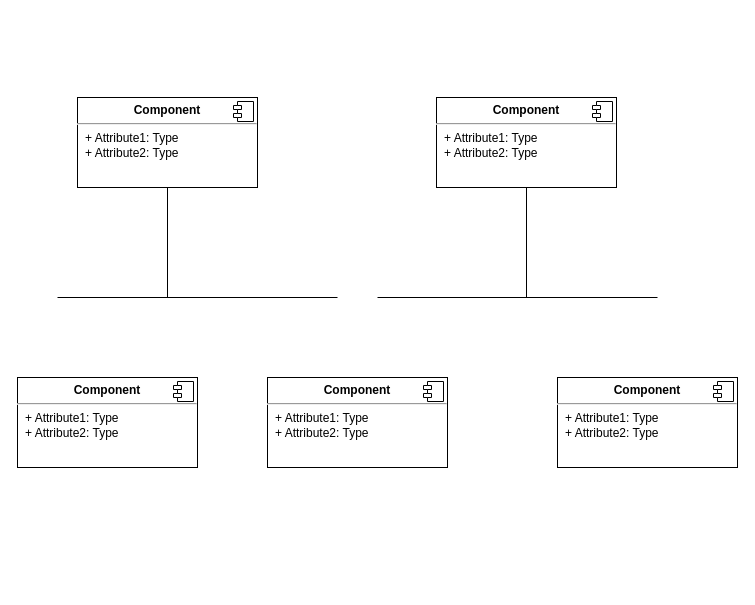
Above: Diagramme sans nom.drawio in Moutima/java (draw.io), before the change. Source tidied: cells renumbered, new cells numbered last; positions are measured from the earlier drawing's top-left corner, leaving out a move shared by most shapes. Both pictures are drawn from the tidied source at 100%, with x=0, y=0 at pixel (17, 97).
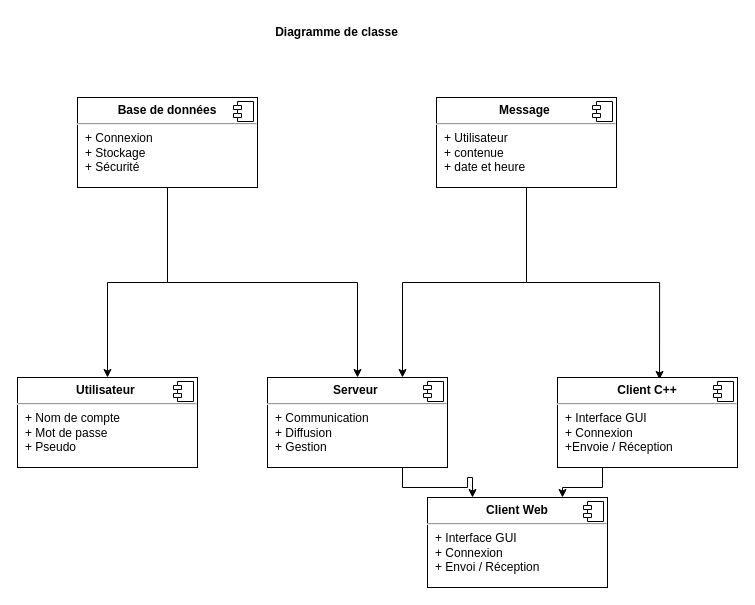
After the change.

Commit message:
Mettre à jour Diagramme de classe .drawio

The edit, as a diff of the source:
```diff
@@
+    <mxCell id="16" style="edgeStyle=orthogonalEdgeStyle;rounded=0;jettySize=auto;html=1;exitX=0.5;exitY=1;exitDx=0;exitDy=0;entryX=0.567;entryY=0.022;entryDx=0;entryDy=0;entryPerimeter=0;" parent="1" edge="1" source="2" target="12">
+      <mxGeometry relative="1" as="geometry" />
+    </mxCell>
+    <mxCell id="17" style="edgeStyle=orthogonalEdgeStyle;rounded=0;jettySize=auto;html=1;exitX=0.5;exitY=1;exitDx=0;exitDy=0;entryX=0.75;entryY=0;entryDx=0;entryDy=0;" parent="1" edge="1" source="2" target="14">
+      <mxGeometry relative="1" as="geometry" />
+    </mxCell>
-    <mxCell id="2" value="&lt;p style=&quot;margin:0px;margin-top:6px;text-align:center;&quot;&gt;&lt;b&gt;Component&lt;/b&gt;&lt;/p&gt;&lt;hr/&gt;&lt;p style=&quot;margin:0px;margin-left:8px;&quot;&gt;+ Attribute1: Type&lt;br/&gt;+ Attribute2: Type&lt;/p&gt;" style="align=left;overflow=fill;html=1;whiteSpace=wrap;" parent="1" vertex="1">
+    <mxCell id="2" value="&lt;p style=&quot;margin:0px;margin-top:6px;text-align:center;&quot;&gt;&lt;b&gt;Message&amp;nbsp;&lt;/b&gt;&lt;/p&gt;&lt;hr&gt;&lt;p style=&quot;margin:0px;margin-left:8px;&quot;&gt;+ Utilisateur&amp;nbsp;&lt;br&gt;+ contenue&lt;/p&gt;&lt;p style=&quot;margin:0px;margin-left:8px;&quot;&gt;+ date et heure&amp;nbsp;&lt;/p&gt;" style="align=left;overflow=fill;html=1;whiteSpace=wrap;" parent="1" vertex="1">
       <mxGeometry x="419" width="180" height="90" as="geometry" />
     </mxCell>
@@
+    <mxCell id="18" style="edgeStyle=orthogonalEdgeStyle;rounded=0;jettySize=auto;html=1;exitX=0.5;exitY=1;exitDx=0;exitDy=0;" parent="1" edge="1" source="4" target="14">
+      <mxGeometry relative="1" as="geometry" />
+    </mxCell>
+    <mxCell id="19" style="edgeStyle=orthogonalEdgeStyle;rounded=0;jettySize=auto;html=1;exitX=0.5;exitY=1;exitDx=0;exitDy=0;" parent="1" edge="1" source="4" target="10">
+      <mxGeometry relative="1" as="geometry" />
+    </mxCell>
-    <mxCell id="4" value="&lt;p style=&quot;margin:0px;margin-top:6px;text-align:center;&quot;&gt;&lt;b&gt;Component&lt;/b&gt;&lt;/p&gt;&lt;hr/&gt;&lt;p style=&quot;margin:0px;margin-left:8px;&quot;&gt;+ Attribute1: Type&lt;br/&gt;+ Attribute2: Type&lt;/p&gt;" style="align=left;overflow=fill;html=1;whiteSpace=wrap;" parent="1" vertex="1">
+    <mxCell id="4" value="&lt;p style=&quot;margin:0px;margin-top:6px;text-align:center;&quot;&gt;&lt;b&gt;Base de données&lt;/b&gt;&lt;/p&gt;&lt;hr&gt;&lt;p style=&quot;margin:0px;margin-left:8px;&quot;&gt;+ Connexion&amp;nbsp;&lt;br&gt;+ Stockage&amp;nbsp;&lt;/p&gt;&lt;p style=&quot;margin:0px;margin-left:8px;&quot;&gt;+ Sécurité&amp;nbsp;&lt;/p&gt;" style="align=left;overflow=fill;html=1;whiteSpace=wrap;" parent="1" vertex="1">
       <mxGeometry x="60" width="180" height="90" as="geometry" />
     </mxCell>
@@
-    <mxCell id="6" style="endArrow=none;html=1;rounded=0;exitX=0.5;exitY=1;exitDx=0;exitDy=0;" parent="1" edge="1" source="4">
-      <mxGeometry relative="1" as="geometry">
-        <mxPoint x="150" y="200" as="targetPoint" />
-      </mxGeometry>
-    </mxCell>
-    <mxCell id="7" style="endArrow=none;html=1;rounded=0;" parent="1" edge="1">
-      <mxGeometry relative="1" as="geometry">
-        <mxPoint x="40" y="200" as="sourcePoint" />
-        <mxPoint x="320" y="200" as="targetPoint" />
-      </mxGeometry>
-    </mxCell>
-    <mxCell id="8" style="endArrow=none;html=1;rounded=0;entryX=0.5;entryY=1;entryDx=0;entryDy=0;" parent="1" edge="1" target="2">
-      <mxGeometry relative="1" as="geometry">
-        <mxPoint x="509" y="200" as="sourcePoint" />
-      </mxGeometry>
-    </mxCell>
-    <mxCell id="9" style="endArrow=none;html=1;rounded=0;" parent="1" edge="1">
-      <mxGeometry relative="1" as="geometry">
-        <mxPoint x="360" y="200" as="sourcePoint" />
-        <mxPoint x="640" y="200" as="targetPoint" />
-      </mxGeometry>
-    </mxCell>
-    <mxCell id="10" value="&lt;p style=&quot;margin:0px;margin-top:6px;text-align:center;&quot;&gt;&lt;b&gt;Component&lt;/b&gt;&lt;/p&gt;&lt;hr/&gt;&lt;p style=&quot;margin:0px;margin-left:8px;&quot;&gt;+ Attribute1: Type&lt;br/&gt;+ Attribute2: Type&lt;/p&gt;" style="align=left;overflow=fill;html=1;whiteSpace=wrap;" parent="1" vertex="1">
+    <mxCell id="10" value="&lt;p style=&quot;margin:0px;margin-top:6px;text-align:center;&quot;&gt;&lt;b&gt;Utilisateur&amp;nbsp;&lt;/b&gt;&lt;/p&gt;&lt;hr&gt;&lt;p style=&quot;margin:0px;margin-left:8px;&quot;&gt;+ Nom de compte&amp;nbsp;&lt;br&gt;+ Mot de passe&amp;nbsp;&lt;/p&gt;&lt;p style=&quot;margin:0px;margin-left:8px;&quot;&gt;+ Pseudo&amp;nbsp;&lt;/p&gt;" style="align=left;overflow=fill;html=1;whiteSpace=wrap;" parent="1" vertex="1">
       <mxGeometry y="280" width="180" height="90" as="geometry" />
     </mxCell>
@@
+    <mxCell id="20" style="edgeStyle=orthogonalEdgeStyle;rounded=0;jettySize=auto;html=1;exitX=0.25;exitY=1;exitDx=0;exitDy=0;entryX=0.75;entryY=0;entryDx=0;entryDy=0;" parent="1" edge="1" source="12" target="23">
+      <mxGeometry relative="1" as="geometry" />
+    </mxCell>
-    <mxCell id="12" value="&lt;p style=&quot;margin:0px;margin-top:6px;text-align:center;&quot;&gt;&lt;b&gt;Component&lt;/b&gt;&lt;/p&gt;&lt;hr/&gt;&lt;p style=&quot;margin:0px;margin-left:8px;&quot;&gt;+ Attribute1: Type&lt;br/&gt;+ Attribute2: Type&lt;/p&gt;" style="align=left;overflow=fill;html=1;whiteSpace=wrap;" parent="1" vertex="1">
+    <mxCell id="12" value="&lt;p style=&quot;margin:0px;margin-top:6px;text-align:center;&quot;&gt;&lt;b&gt;Client C++&lt;/b&gt;&lt;/p&gt;&lt;hr&gt;&lt;p style=&quot;margin:0px;margin-left:8px;&quot;&gt;+ Interface GUI&amp;nbsp;&lt;br&gt;+ Connexion&amp;nbsp;&lt;/p&gt;&lt;p style=&quot;margin:0px;margin-left:8px;&quot;&gt;+Envoie / Réception&amp;nbsp;&lt;/p&gt;" style="align=left;overflow=fill;html=1;whiteSpace=wrap;" parent="1" vertex="1">
       <mxGeometry x="540" y="280" width="180" height="90" as="geometry" />
     </mxCell>
@@
+    <mxCell id="21" style="edgeStyle=orthogonalEdgeStyle;rounded=0;jettySize=auto;html=1;exitX=0.75;exitY=1;exitDx=0;exitDy=0;entryX=0.25;entryY=0;entryDx=0;entryDy=0;" parent="1" edge="1" source="14" target="23">
+      <mxGeometry relative="1" as="geometry" />
+    </mxCell>
-    <mxCell id="14" value="&lt;p style=&quot;margin:0px;margin-top:6px;text-align:center;&quot;&gt;&lt;b&gt;Component&lt;/b&gt;&lt;/p&gt;&lt;hr/&gt;&lt;p style=&quot;margin:0px;margin-left:8px;&quot;&gt;+ Attribute1: Type&lt;br/&gt;+ Attribute2: Type&lt;/p&gt;" style="align=left;overflow=fill;html=1;whiteSpace=wrap;" parent="1" vertex="1">
+    <mxCell id="14" value="&lt;p style=&quot;margin:0px;margin-top:6px;text-align:center;&quot;&gt;&lt;b&gt;Serveur&amp;nbsp;&lt;/b&gt;&lt;/p&gt;&lt;hr&gt;&lt;p style=&quot;margin:0px;margin-left:8px;&quot;&gt;+ Communication&amp;nbsp;&lt;/p&gt;&lt;p style=&quot;margin:0px;margin-left:8px;&quot;&gt;+ Diffusion&lt;/p&gt;&lt;p style=&quot;margin:0px;margin-left:8px;&quot;&gt;+ Gestion&amp;nbsp;&amp;nbsp;&lt;/p&gt;" style="align=left;overflow=fill;html=1;whiteSpace=wrap;" parent="1" vertex="1">
       <mxGeometry x="250" y="280" width="180" height="90" as="geometry" />
     </mxCell>
@@
+    <mxCell id="22" value="&lt;b&gt;Diagramme de classe&lt;/b&gt;" style="text;html=1;align=center;verticalAlign=middle;strokeColor=none;fillColor=none;" parent="1" vertex="1">
+      <mxGeometry x="244" y="-80" width="150" height="30" as="geometry" />
+    </mxCell>
+    <mxCell id="23" value="&lt;p style=&quot;margin:0px;margin-top:6px;text-align:center;&quot;&gt;&lt;b&gt;Client Web&lt;/b&gt;&lt;/p&gt;&lt;hr&gt;&lt;p style=&quot;margin:0px;margin-left:8px;&quot;&gt;+ Interface GUI&amp;nbsp;&lt;br&gt;+ Connexion&lt;/p&gt;&lt;p style=&quot;margin:0px;margin-left:8px;&quot;&gt;+ Envoi / Réception&amp;nbsp;&lt;/p&gt;" style="align=left;overflow=fill;html=1;whiteSpace=wrap;" parent="1" vertex="1">
+      <mxGeometry x="410" y="400" width="180" height="90" as="geometry" />
+    </mxCell>
+    <mxCell id="24" style="shape=component;jettyWidth=8;jettyHeight=4;" parent="23" vertex="1">
+      <mxGeometry x="1" width="20" height="20" relative="1" as="geometry">
+        <mxPoint x="-24" y="4" as="offset" />
+      </mxGeometry>
+    </mxCell>
```
